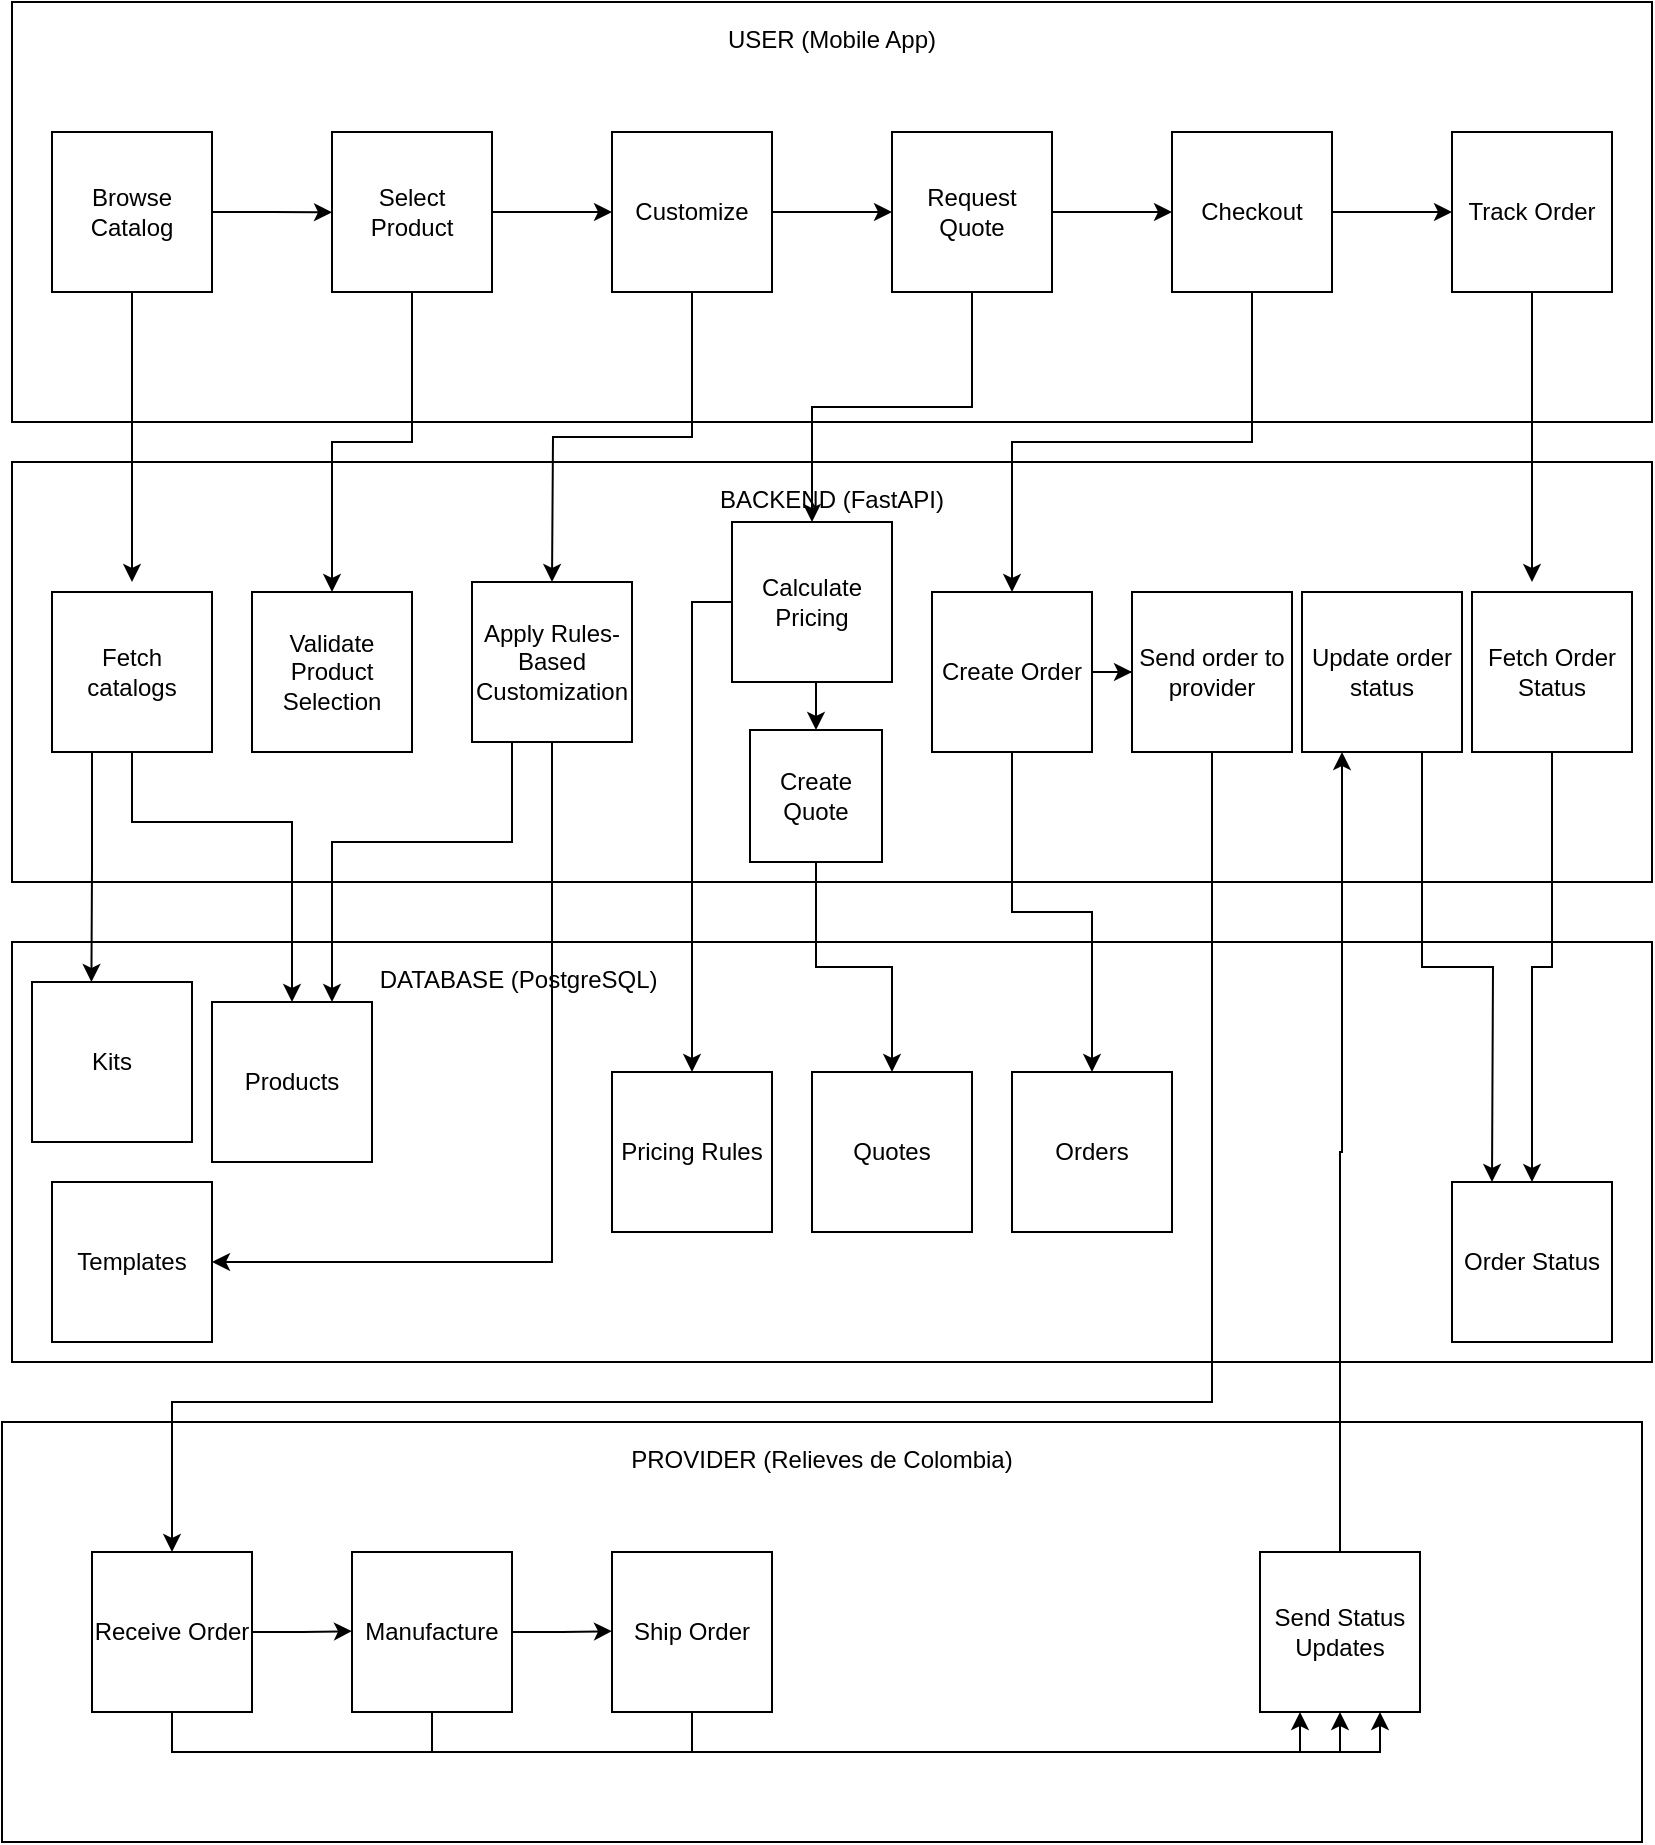
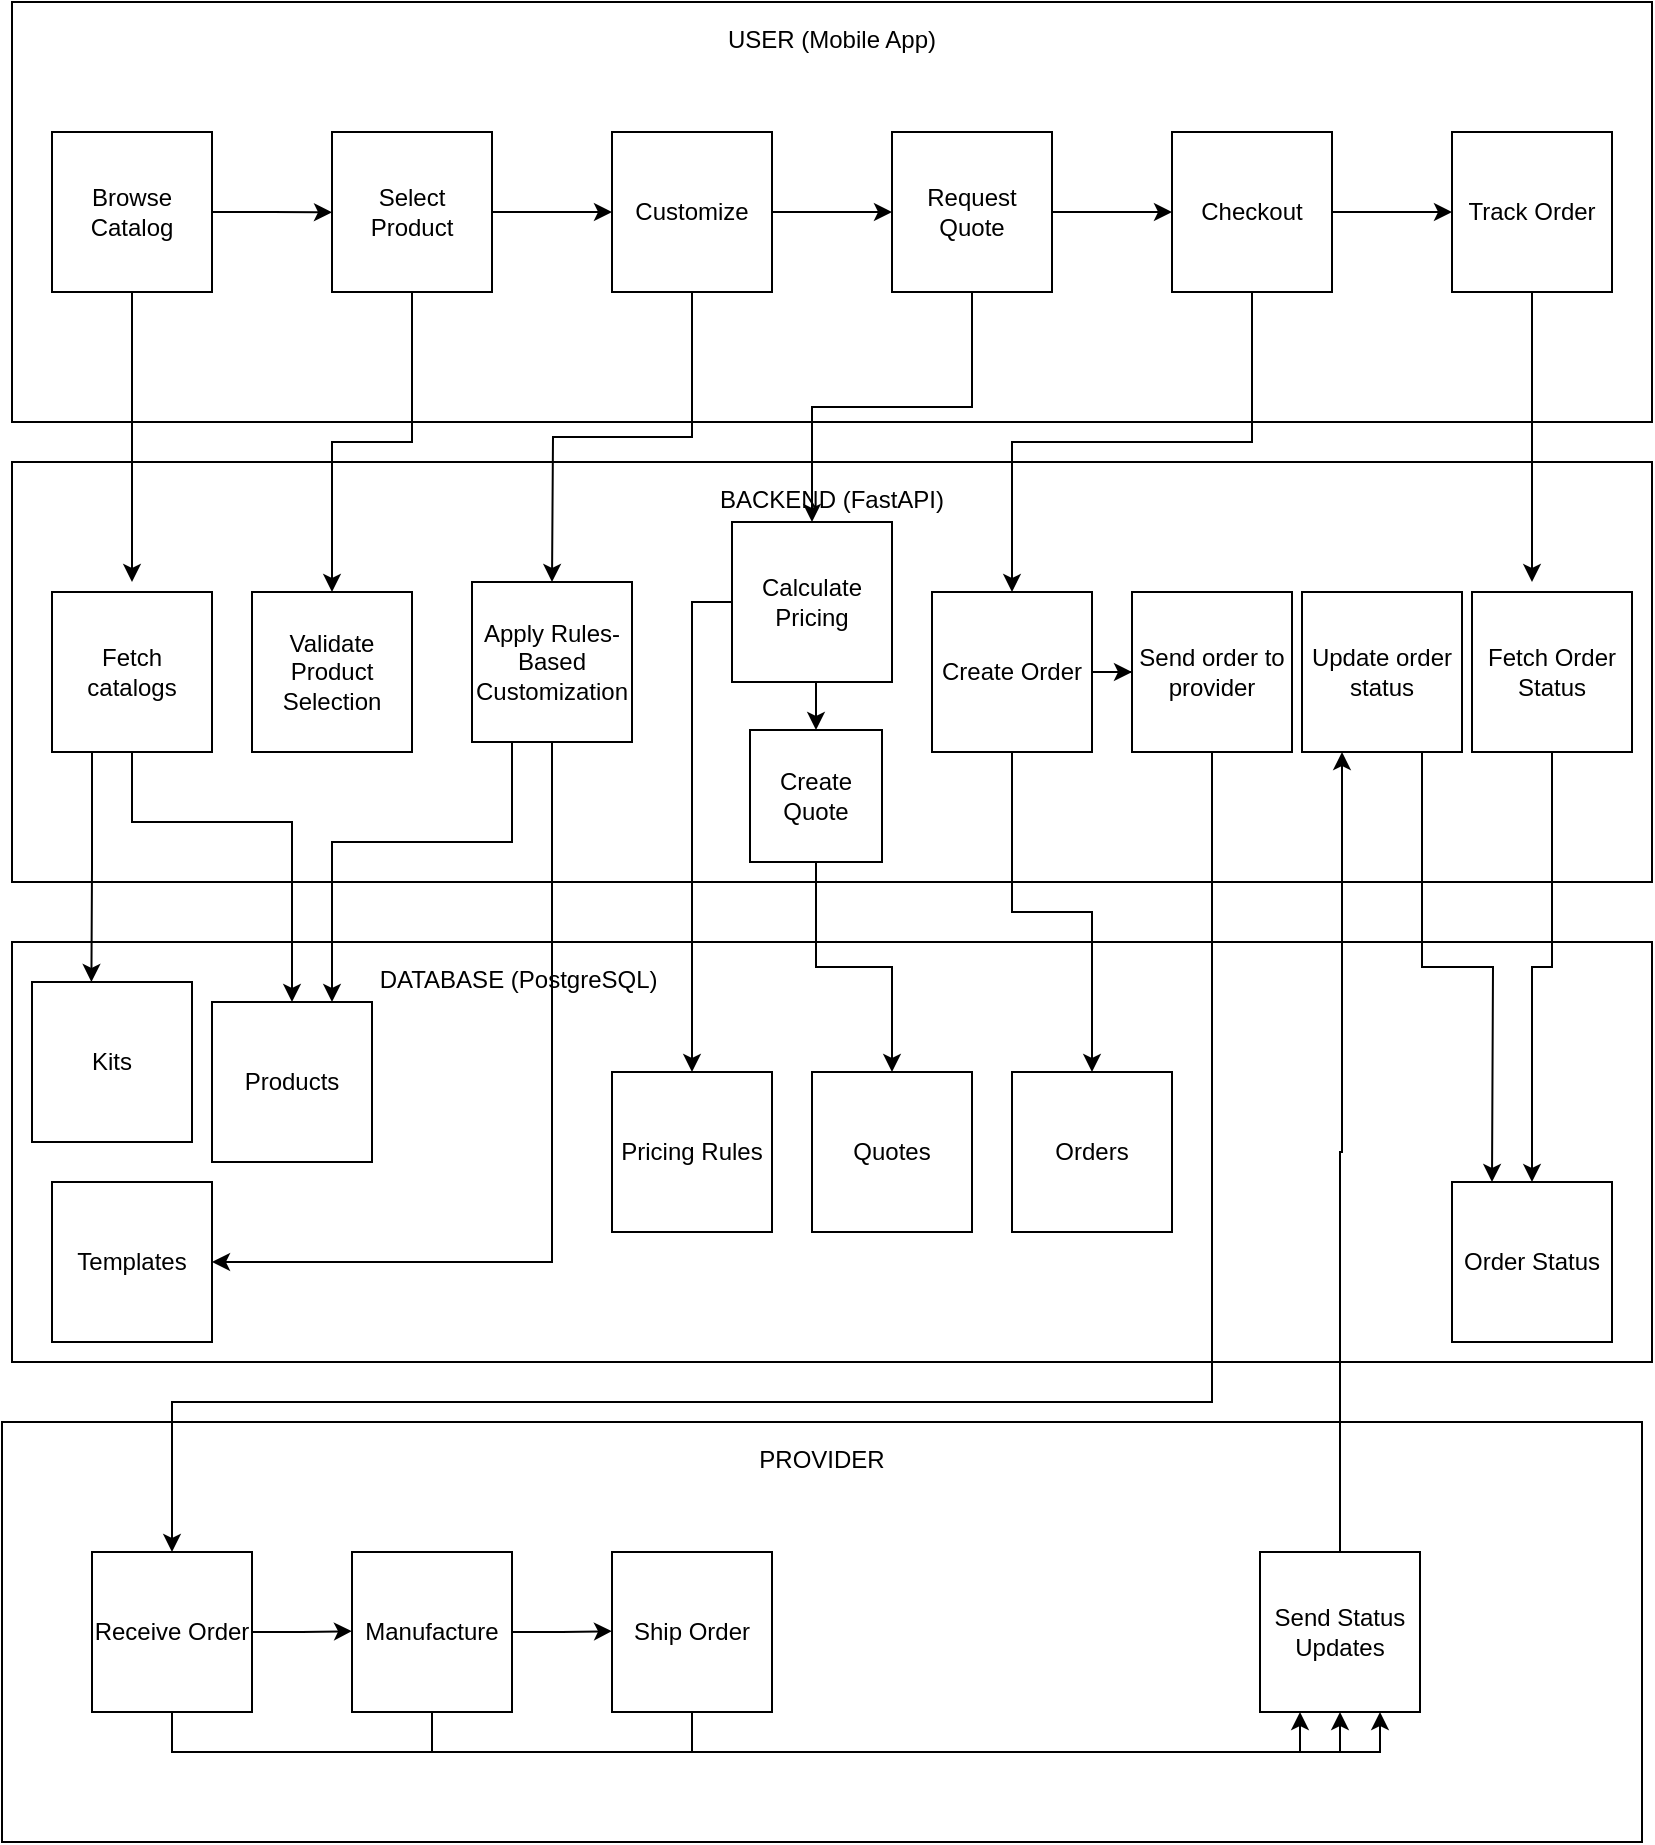
<mxfile host="app.diagrams.net">
  <diagram name="Page-1" id="7BIMLX-lekcXONDIehAz">
    <mxGraphModel grid="1" page="1" gridSize="10" guides="1" tooltips="1" connect="1" arrows="1" fold="1" pageScale="1" pageWidth="850" pageHeight="1100" math="0" shadow="0">
      <root>
        <mxCell id="0" />
        <mxCell id="1" parent="0" />
        <mxCell id="LTQupWev3YGI9oy_r_nw-1" parent="1" style="rounded=0;whiteSpace=wrap;html=1;movable=0;resizable=0;rotatable=0;deletable=0;editable=0;locked=1;connectable=0;" value="&lt;div&gt;USER (Mobile App)&lt;/div&gt;&lt;div&gt;&lt;br&gt;&lt;/div&gt;&lt;div&gt;&lt;br&gt;&lt;/div&gt;&lt;div&gt;&lt;br&gt;&lt;/div&gt;&lt;div&gt;&lt;br&gt;&lt;/div&gt;&lt;div&gt;&lt;br&gt;&lt;/div&gt;&lt;div&gt;&lt;br&gt;&lt;/div&gt;&lt;div&gt;&lt;br&gt;&lt;/div&gt;&lt;div&gt;&lt;br&gt;&lt;/div&gt;&lt;div&gt;&lt;br&gt;&lt;/div&gt;&lt;div&gt;&lt;br&gt;&lt;/div&gt;&lt;div&gt;&lt;br&gt;&lt;/div&gt;&lt;div&gt;&lt;br&gt;&lt;/div&gt;" vertex="1">
          <mxGeometry height="210" width="820" x="20" y="20" as="geometry" />
        </mxCell>
        <mxCell id="LTQupWev3YGI9oy_r_nw-2" parent="1" style="rounded=0;whiteSpace=wrap;html=1;movable=0;resizable=0;rotatable=0;deletable=0;editable=0;locked=1;connectable=0;" value="&lt;br&gt;&lt;div&gt;BACKEND (FastAPI)&lt;/div&gt;&lt;div&gt;&lt;br&gt;&lt;/div&gt;&lt;div&gt;&lt;br&gt;&lt;/div&gt;&lt;div&gt;&lt;br&gt;&lt;/div&gt;&lt;div&gt;&lt;br&gt;&lt;/div&gt;&lt;div&gt;&lt;br&gt;&lt;/div&gt;&lt;div&gt;&lt;br&gt;&lt;/div&gt;&lt;div&gt;&lt;br&gt;&lt;/div&gt;&lt;div&gt;&lt;br&gt;&lt;/div&gt;&lt;div&gt;&lt;br&gt;&lt;/div&gt;&lt;div&gt;&lt;br&gt;&lt;/div&gt;&lt;div&gt;&lt;br&gt;&lt;/div&gt;&lt;div&gt;&lt;br&gt;&lt;/div&gt;&lt;div&gt;&lt;br&gt;&lt;/div&gt;" vertex="1">
          <mxGeometry height="210" width="820" x="20" y="250" as="geometry" />
        </mxCell>
        <mxCell id="LTQupWev3YGI9oy_r_nw-3" parent="1" style="rounded=0;whiteSpace=wrap;html=1;movable=0;resizable=0;rotatable=0;deletable=0;editable=0;locked=1;connectable=0;" value="&lt;br&gt;&lt;div&gt;DATABASE (PostgreSQL)&amp;nbsp; &amp;nbsp; &amp;nbsp; &amp;nbsp; &amp;nbsp; &amp;nbsp; &amp;nbsp; &amp;nbsp; &amp;nbsp; &amp;nbsp; &amp;nbsp; &amp;nbsp; &amp;nbsp; &amp;nbsp; &amp;nbsp; &amp;nbsp; &amp;nbsp; &amp;nbsp; &amp;nbsp; &amp;nbsp; &amp;nbsp; &amp;nbsp; &amp;nbsp; &amp;nbsp; &amp;nbsp; &amp;nbsp; &amp;nbsp; &amp;nbsp; &amp;nbsp; &amp;nbsp; &amp;nbsp; &amp;nbsp; &amp;nbsp; &amp;nbsp; &amp;nbsp; &amp;nbsp; &amp;nbsp; &amp;nbsp; &amp;nbsp; &amp;nbsp; &amp;nbsp; &amp;nbsp; &amp;nbsp; &amp;nbsp; &amp;nbsp; &amp;nbsp; &amp;nbsp;&amp;nbsp;&lt;/div&gt;&lt;div&gt;&lt;br&gt;&lt;/div&gt;&lt;div&gt;&lt;br&gt;&lt;/div&gt;&lt;div&gt;&lt;br&gt;&lt;/div&gt;&lt;div&gt;&lt;br&gt;&lt;/div&gt;&lt;div&gt;&lt;br&gt;&lt;/div&gt;&lt;div&gt;&lt;br&gt;&lt;/div&gt;&lt;div&gt;&lt;br&gt;&lt;/div&gt;&lt;div&gt;&lt;br&gt;&lt;/div&gt;&lt;div&gt;&lt;br&gt;&lt;/div&gt;&lt;div&gt;&lt;br&gt;&lt;/div&gt;&lt;div&gt;&lt;br&gt;&lt;/div&gt;&lt;div&gt;&lt;br&gt;&lt;/div&gt;&lt;div&gt;&amp;nbsp; &amp;nbsp; &amp;nbsp; &amp;nbsp; &amp;nbsp; &amp;nbsp; &amp;nbsp;&lt;/div&gt;" vertex="1">
          <mxGeometry height="210" width="820" x="20" y="490" as="geometry" />
        </mxCell>
-         <mxCell id="LTQupWev3YGI9oy_r_nw-4" parent="1" style="rounded=0;whiteSpace=wrap;html=1;movable=0;resizable=0;rotatable=0;deletable=0;editable=0;locked=1;connectable=0;" value="&lt;div&gt;PROVIDER (Relieves de Colombia)&lt;/div&gt;&lt;div&gt;&lt;br&gt;&lt;/div&gt;&lt;div&gt;&lt;br&gt;&lt;/div&gt;&lt;div&gt;&lt;br&gt;&lt;/div&gt;&lt;div&gt;&lt;br&gt;&lt;/div&gt;&lt;div&gt;&lt;br&gt;&lt;/div&gt;&lt;div&gt;&lt;br&gt;&lt;/div&gt;&lt;div&gt;&lt;br&gt;&lt;/div&gt;&lt;div&gt;&lt;br&gt;&lt;/div&gt;&lt;div&gt;&lt;br&gt;&lt;/div&gt;&lt;div&gt;&lt;br&gt;&lt;/div&gt;&lt;div&gt;&lt;br&gt;&lt;/div&gt;&lt;div&gt;&lt;br&gt;&lt;/div&gt;" vertex="1">
+         <mxCell id="LTQupWev3YGI9oy_r_nw-4" parent="1" style="rounded=0;whiteSpace=wrap;html=1;movable=0;resizable=0;rotatable=0;deletable=0;editable=0;locked=1;connectable=0;" value="&lt;div&gt;PROVIDER&lt;/div&gt;&lt;div&gt;&lt;br&gt;&lt;/div&gt;&lt;div&gt;&lt;br&gt;&lt;/div&gt;&lt;div&gt;&lt;br&gt;&lt;/div&gt;&lt;div&gt;&lt;br&gt;&lt;/div&gt;&lt;div&gt;&lt;br&gt;&lt;/div&gt;&lt;div&gt;&lt;br&gt;&lt;/div&gt;&lt;div&gt;&lt;br&gt;&lt;/div&gt;&lt;div&gt;&lt;br&gt;&lt;/div&gt;&lt;div&gt;&lt;br&gt;&lt;/div&gt;&lt;div&gt;&lt;br&gt;&lt;/div&gt;&lt;div&gt;&lt;br&gt;&lt;/div&gt;&lt;div&gt;&lt;br&gt;&lt;/div&gt;" vertex="1">
          <mxGeometry height="210" width="820" x="15" y="730" as="geometry" />
        </mxCell>
        <mxCell id="LTQupWev3YGI9oy_r_nw-13" edge="1" parent="1" source="LTQupWev3YGI9oy_r_nw-5" style="edgeStyle=orthogonalEdgeStyle;rounded=0;orthogonalLoop=1;jettySize=auto;html=1;exitX=1;exitY=0.5;exitDx=0;exitDy=0;">
          <mxGeometry relative="1" as="geometry">
            <mxPoint x="180" y="125.17647058823536" as="targetPoint" />
          </mxGeometry>
        </mxCell>
        <mxCell id="LTQupWev3YGI9oy_r_nw-5" parent="1" style="whiteSpace=wrap;html=1;aspect=fixed;" value="Browse Catalog" vertex="1">
          <mxGeometry height="80" width="80" x="40" y="85" as="geometry" />
        </mxCell>
        <mxCell id="LTQupWev3YGI9oy_r_nw-15" edge="1" parent="1" source="LTQupWev3YGI9oy_r_nw-6" style="edgeStyle=orthogonalEdgeStyle;rounded=0;orthogonalLoop=1;jettySize=auto;html=1;">
          <mxGeometry relative="1" as="geometry">
            <mxPoint x="460" y="125" as="targetPoint" />
          </mxGeometry>
        </mxCell>
        <mxCell id="LTQupWev3YGI9oy_r_nw-59" edge="1" parent="1" source="LTQupWev3YGI9oy_r_nw-6" style="edgeStyle=orthogonalEdgeStyle;rounded=0;orthogonalLoop=1;jettySize=auto;html=1;exitX=0.5;exitY=1;exitDx=0;exitDy=0;">
          <mxGeometry relative="1" as="geometry">
            <mxPoint x="290" y="310" as="targetPoint" />
          </mxGeometry>
        </mxCell>
        <mxCell id="LTQupWev3YGI9oy_r_nw-6" parent="1" style="whiteSpace=wrap;html=1;aspect=fixed;" value="Customize" vertex="1">
          <mxGeometry height="80" width="80" x="320" y="85" as="geometry" />
        </mxCell>
        <mxCell id="LTQupWev3YGI9oy_r_nw-14" edge="1" parent="1" source="LTQupWev3YGI9oy_r_nw-8" style="edgeStyle=orthogonalEdgeStyle;rounded=0;orthogonalLoop=1;jettySize=auto;html=1;">
          <mxGeometry relative="1" as="geometry">
            <mxPoint x="320" y="125" as="targetPoint" />
          </mxGeometry>
        </mxCell>
        <mxCell id="LTQupWev3YGI9oy_r_nw-56" edge="1" parent="1" source="LTQupWev3YGI9oy_r_nw-8" style="edgeStyle=orthogonalEdgeStyle;rounded=0;orthogonalLoop=1;jettySize=auto;html=1;exitX=0.5;exitY=1;exitDx=0;exitDy=0;entryX=0.5;entryY=0;entryDx=0;entryDy=0;" target="LTQupWev3YGI9oy_r_nw-20">
          <mxGeometry relative="1" as="geometry" />
        </mxCell>
        <mxCell id="LTQupWev3YGI9oy_r_nw-8" parent="1" style="whiteSpace=wrap;html=1;aspect=fixed;" value="Select Product" vertex="1">
          <mxGeometry height="80" width="80" x="180" y="85" as="geometry" />
        </mxCell>
        <mxCell id="LTQupWev3YGI9oy_r_nw-16" edge="1" parent="1" source="LTQupWev3YGI9oy_r_nw-9" style="edgeStyle=orthogonalEdgeStyle;rounded=0;orthogonalLoop=1;jettySize=auto;html=1;">
          <mxGeometry relative="1" as="geometry">
            <mxPoint x="600" y="125" as="targetPoint" />
          </mxGeometry>
        </mxCell>
        <mxCell id="LTQupWev3YGI9oy_r_nw-28" edge="1" parent="1" source="LTQupWev3YGI9oy_r_nw-9" style="edgeStyle=orthogonalEdgeStyle;rounded=0;orthogonalLoop=1;jettySize=auto;html=1;" target="LTQupWev3YGI9oy_r_nw-21" value="">
          <mxGeometry relative="1" as="geometry" />
        </mxCell>
        <mxCell id="LTQupWev3YGI9oy_r_nw-9" parent="1" style="whiteSpace=wrap;html=1;aspect=fixed;" value="&lt;span&gt;Request Quote&lt;/span&gt;" vertex="1">
          <mxGeometry height="80" width="80" x="460" y="85" as="geometry" />
        </mxCell>
        <mxCell id="LTQupWev3YGI9oy_r_nw-17" edge="1" parent="1" source="LTQupWev3YGI9oy_r_nw-10" style="edgeStyle=orthogonalEdgeStyle;rounded=0;orthogonalLoop=1;jettySize=auto;html=1;entryX=0;entryY=0.5;entryDx=0;entryDy=0;" target="LTQupWev3YGI9oy_r_nw-11">
          <mxGeometry relative="1" as="geometry" />
        </mxCell>
        <mxCell id="LTQupWev3YGI9oy_r_nw-29" edge="1" parent="1" source="LTQupWev3YGI9oy_r_nw-10" style="edgeStyle=orthogonalEdgeStyle;rounded=0;orthogonalLoop=1;jettySize=auto;html=1;entryX=0.5;entryY=0;entryDx=0;entryDy=0;exitX=0.5;exitY=1;exitDx=0;exitDy=0;" target="LTQupWev3YGI9oy_r_nw-23" value="">
          <mxGeometry relative="1" as="geometry">
            <mxPoint x="640" y="310" as="targetPoint" />
          </mxGeometry>
        </mxCell>
        <mxCell id="LTQupWev3YGI9oy_r_nw-10" parent="1" style="whiteSpace=wrap;html=1;aspect=fixed;" value="&lt;span&gt;Checkout&lt;/span&gt;" vertex="1">
          <mxGeometry height="80" width="80" x="600" y="85" as="geometry" />
        </mxCell>
        <mxCell id="LTQupWev3YGI9oy_r_nw-30" edge="1" parent="1" source="LTQupWev3YGI9oy_r_nw-11" style="edgeStyle=orthogonalEdgeStyle;rounded=0;orthogonalLoop=1;jettySize=auto;html=1;" value="">
          <mxGeometry relative="1" as="geometry">
            <mxPoint x="780" y="310" as="targetPoint" />
          </mxGeometry>
        </mxCell>
        <mxCell id="LTQupWev3YGI9oy_r_nw-11" parent="1" style="whiteSpace=wrap;html=1;aspect=fixed;" value="&lt;span&gt;Track Order&lt;/span&gt;" vertex="1">
          <mxGeometry height="80" width="80" x="740" y="85" as="geometry" />
        </mxCell>
        <mxCell id="LTQupWev3YGI9oy_r_nw-41" edge="1" parent="1" source="LTQupWev3YGI9oy_r_nw-18" style="edgeStyle=orthogonalEdgeStyle;rounded=0;orthogonalLoop=1;jettySize=auto;html=1;exitX=0.5;exitY=1;exitDx=0;exitDy=0;entryX=0.5;entryY=0;entryDx=0;entryDy=0;" target="LTQupWev3YGI9oy_r_nw-31">
          <mxGeometry relative="1" as="geometry">
            <Array as="points">
              <mxPoint x="80" y="430" />
              <mxPoint x="160" y="430" />
            </Array>
            <mxPoint x="79.70588235294122" y="510" as="targetPoint" />
          </mxGeometry>
        </mxCell>
        <mxCell id="LTQupWev3YGI9oy_r_nw-76" edge="1" parent="1" source="LTQupWev3YGI9oy_r_nw-18" style="edgeStyle=orthogonalEdgeStyle;rounded=0;orthogonalLoop=1;jettySize=auto;html=1;exitX=0.25;exitY=1;exitDx=0;exitDy=0;">
          <mxGeometry relative="1" as="geometry">
            <mxPoint x="59.70588235294122" y="510" as="targetPoint" />
          </mxGeometry>
        </mxCell>
        <mxCell id="LTQupWev3YGI9oy_r_nw-18" parent="1" style="whiteSpace=wrap;html=1;aspect=fixed;" value="Fetch catalogs" vertex="1">
          <mxGeometry height="80" width="80" x="40" y="315" as="geometry" />
        </mxCell>
        <mxCell id="LTQupWev3YGI9oy_r_nw-58" edge="1" parent="1" source="LTQupWev3YGI9oy_r_nw-19" style="edgeStyle=orthogonalEdgeStyle;rounded=0;orthogonalLoop=1;jettySize=auto;html=1;exitX=0.5;exitY=1;exitDx=0;exitDy=0;entryX=1;entryY=0.5;entryDx=0;entryDy=0;" target="LTQupWev3YGI9oy_r_nw-34">
          <mxGeometry relative="1" as="geometry" />
        </mxCell>
        <mxCell id="LTQupWev3YGI9oy_r_nw-77" edge="1" parent="1" source="LTQupWev3YGI9oy_r_nw-19" style="edgeStyle=orthogonalEdgeStyle;rounded=0;orthogonalLoop=1;jettySize=auto;html=1;exitX=0.25;exitY=1;exitDx=0;exitDy=0;entryX=0.75;entryY=0;entryDx=0;entryDy=0;" target="LTQupWev3YGI9oy_r_nw-31">
          <mxGeometry relative="1" as="geometry">
            <Array as="points">
              <mxPoint x="270" y="440" />
              <mxPoint x="180" y="440" />
            </Array>
          </mxGeometry>
        </mxCell>
        <mxCell id="LTQupWev3YGI9oy_r_nw-19" parent="1" style="whiteSpace=wrap;html=1;aspect=fixed;" value="Apply Rules-Based Customization" vertex="1">
          <mxGeometry height="80" width="80" x="250" y="310" as="geometry" />
        </mxCell>
        <mxCell id="LTQupWev3YGI9oy_r_nw-20" parent="1" style="whiteSpace=wrap;html=1;aspect=fixed;" value="Validate Product Selection" vertex="1">
          <mxGeometry height="80" width="80" x="140" y="315" as="geometry" />
        </mxCell>
        <mxCell id="LTQupWev3YGI9oy_r_nw-44" edge="1" parent="1" source="LTQupWev3YGI9oy_r_nw-21" style="edgeStyle=orthogonalEdgeStyle;rounded=0;orthogonalLoop=1;jettySize=auto;html=1;entryX=0.5;entryY=0;entryDx=0;entryDy=0;exitX=0;exitY=0.5;exitDx=0;exitDy=0;" target="LTQupWev3YGI9oy_r_nw-35" value="">
          <mxGeometry relative="1" as="geometry" />
        </mxCell>
        <mxCell id="LTQupWev3YGI9oy_r_nw-75" edge="1" parent="1" source="LTQupWev3YGI9oy_r_nw-21" style="edgeStyle=orthogonalEdgeStyle;rounded=0;orthogonalLoop=1;jettySize=auto;html=1;exitX=0.5;exitY=1;exitDx=0;exitDy=0;entryX=0.5;entryY=0;entryDx=0;entryDy=0;" target="LTQupWev3YGI9oy_r_nw-22">
          <mxGeometry relative="1" as="geometry" />
        </mxCell>
        <mxCell id="LTQupWev3YGI9oy_r_nw-21" parent="1" style="whiteSpace=wrap;html=1;aspect=fixed;" value="Calculate Pricing" vertex="1">
          <mxGeometry height="80" width="80" x="380" y="280" as="geometry" />
        </mxCell>
        <mxCell id="LTQupWev3YGI9oy_r_nw-50" edge="1" parent="1" source="LTQupWev3YGI9oy_r_nw-22" style="edgeStyle=orthogonalEdgeStyle;rounded=0;orthogonalLoop=1;jettySize=auto;html=1;exitX=0.5;exitY=1;exitDx=0;exitDy=0;entryX=0.5;entryY=0;entryDx=0;entryDy=0;" target="LTQupWev3YGI9oy_r_nw-36">
          <mxGeometry relative="1" as="geometry" />
        </mxCell>
        <mxCell id="LTQupWev3YGI9oy_r_nw-22" parent="1" style="whiteSpace=wrap;html=1;aspect=fixed;" value="Create Quote" vertex="1">
          <mxGeometry height="66" width="66" x="389" y="384" as="geometry" />
        </mxCell>
        <mxCell id="LTQupWev3YGI9oy_r_nw-51" edge="1" parent="1" source="LTQupWev3YGI9oy_r_nw-23" style="edgeStyle=orthogonalEdgeStyle;rounded=0;orthogonalLoop=1;jettySize=auto;html=1;exitX=0.5;exitY=1;exitDx=0;exitDy=0;entryX=0.5;entryY=0;entryDx=0;entryDy=0;" target="LTQupWev3YGI9oy_r_nw-37">
          <mxGeometry relative="1" as="geometry" />
        </mxCell>
        <mxCell id="LTQupWev3YGI9oy_r_nw-55" edge="1" parent="1" source="LTQupWev3YGI9oy_r_nw-23" style="edgeStyle=orthogonalEdgeStyle;rounded=0;orthogonalLoop=1;jettySize=auto;html=1;exitX=1;exitY=0.5;exitDx=0;exitDy=0;" target="LTQupWev3YGI9oy_r_nw-52">
          <mxGeometry relative="1" as="geometry" />
        </mxCell>
        <mxCell id="LTQupWev3YGI9oy_r_nw-23" parent="1" style="whiteSpace=wrap;html=1;aspect=fixed;" value="Create Order" vertex="1">
          <mxGeometry height="80" width="80" x="480" y="315" as="geometry" />
        </mxCell>
        <mxCell id="LTQupWev3YGI9oy_r_nw-47" edge="1" parent="1" source="LTQupWev3YGI9oy_r_nw-24" style="edgeStyle=orthogonalEdgeStyle;rounded=0;orthogonalLoop=1;jettySize=auto;html=1;exitX=0.5;exitY=1;exitDx=0;exitDy=0;entryX=0.5;entryY=0;entryDx=0;entryDy=0;" target="LTQupWev3YGI9oy_r_nw-38">
          <mxGeometry relative="1" as="geometry" />
        </mxCell>
        <mxCell id="LTQupWev3YGI9oy_r_nw-24" parent="1" style="whiteSpace=wrap;html=1;aspect=fixed;" value="Fetch Order Status" vertex="1">
          <mxGeometry height="80" width="80" x="750" y="315" as="geometry" />
        </mxCell>
        <mxCell id="LTQupWev3YGI9oy_r_nw-25" edge="1" parent="1" source="LTQupWev3YGI9oy_r_nw-5" style="endArrow=classic;html=1;rounded=0;exitX=0.5;exitY=1;exitDx=0;exitDy=0;" value="">
          <mxGeometry height="50" relative="1" width="50" as="geometry">
            <mxPoint x="350" y="490" as="sourcePoint" />
            <mxPoint x="80" y="310" as="targetPoint" />
          </mxGeometry>
        </mxCell>
        <mxCell id="LTQupWev3YGI9oy_r_nw-31" parent="1" style="whiteSpace=wrap;html=1;aspect=fixed;" value="&lt;span&gt;Products&lt;/span&gt;" vertex="1">
          <mxGeometry height="80" width="80" x="120" y="520" as="geometry" />
        </mxCell>
        <mxCell id="LTQupWev3YGI9oy_r_nw-33" parent="1" style="whiteSpace=wrap;html=1;aspect=fixed;" value="&lt;span&gt;Kits&lt;/span&gt;" vertex="1">
          <mxGeometry height="80" width="80" x="30" y="510" as="geometry" />
        </mxCell>
        <mxCell id="LTQupWev3YGI9oy_r_nw-34" parent="1" style="whiteSpace=wrap;html=1;aspect=fixed;" value="&lt;span&gt;Templates&lt;/span&gt;" vertex="1">
          <mxGeometry height="80" width="80" x="40" y="610" as="geometry" />
        </mxCell>
        <mxCell id="LTQupWev3YGI9oy_r_nw-35" parent="1" style="whiteSpace=wrap;html=1;aspect=fixed;" value="Pricing Rules" vertex="1">
          <mxGeometry height="80" width="80" x="320" y="555" as="geometry" />
        </mxCell>
        <mxCell id="LTQupWev3YGI9oy_r_nw-36" parent="1" style="whiteSpace=wrap;html=1;aspect=fixed;" value="Quotes" vertex="1">
          <mxGeometry height="80" width="80" x="420" y="555" as="geometry" />
        </mxCell>
        <mxCell id="LTQupWev3YGI9oy_r_nw-37" parent="1" style="whiteSpace=wrap;html=1;aspect=fixed;" value="Orders" vertex="1">
          <mxGeometry height="80" width="80" x="520" y="555" as="geometry" />
        </mxCell>
        <mxCell id="LTQupWev3YGI9oy_r_nw-38" parent="1" style="whiteSpace=wrap;html=1;aspect=fixed;" value="Order Status" vertex="1">
          <mxGeometry height="80" width="80" x="740" y="610" as="geometry" />
        </mxCell>
        <mxCell id="LTQupWev3YGI9oy_r_nw-54" edge="1" parent="1" source="LTQupWev3YGI9oy_r_nw-52" style="edgeStyle=orthogonalEdgeStyle;rounded=0;orthogonalLoop=1;jettySize=auto;html=1;exitX=0.5;exitY=1;exitDx=0;exitDy=0;entryX=0.5;entryY=0;entryDx=0;entryDy=0;" target="LTQupWev3YGI9oy_r_nw-53">
          <mxGeometry relative="1" as="geometry">
            <Array as="points">
              <mxPoint x="620" y="720" />
              <mxPoint x="100" y="720" />
            </Array>
          </mxGeometry>
        </mxCell>
        <mxCell id="LTQupWev3YGI9oy_r_nw-52" parent="1" style="whiteSpace=wrap;html=1;aspect=fixed;" value="Send order to provider" vertex="1">
          <mxGeometry height="80" width="80" x="580" y="315" as="geometry" />
        </mxCell>
        <mxCell id="LTQupWev3YGI9oy_r_nw-70" edge="1" parent="1" source="LTQupWev3YGI9oy_r_nw-53" style="edgeStyle=orthogonalEdgeStyle;rounded=0;orthogonalLoop=1;jettySize=auto;html=1;exitX=1;exitY=0.5;exitDx=0;exitDy=0;">
          <mxGeometry relative="1" as="geometry">
            <mxPoint x="190" y="834.5882352941178" as="targetPoint" />
          </mxGeometry>
        </mxCell>
        <mxCell id="LTQupWev3YGI9oy_r_nw-72" edge="1" parent="1" source="LTQupWev3YGI9oy_r_nw-53" style="edgeStyle=orthogonalEdgeStyle;rounded=0;orthogonalLoop=1;jettySize=auto;html=1;exitX=0.5;exitY=1;exitDx=0;exitDy=0;entryX=0.5;entryY=1;entryDx=0;entryDy=0;" target="LTQupWev3YGI9oy_r_nw-63">
          <mxGeometry relative="1" as="geometry" />
        </mxCell>
        <mxCell id="LTQupWev3YGI9oy_r_nw-53" parent="1" style="whiteSpace=wrap;html=1;aspect=fixed;" value="Receive Order" vertex="1">
          <mxGeometry height="80" width="80" x="60" y="795" as="geometry" />
        </mxCell>
        <mxCell id="LTQupWev3YGI9oy_r_nw-62" edge="1" parent="1" source="LTQupWev3YGI9oy_r_nw-61" style="edgeStyle=orthogonalEdgeStyle;rounded=0;orthogonalLoop=1;jettySize=auto;html=1;exitX=0.75;exitY=1;exitDx=0;exitDy=0;">
          <mxGeometry relative="1" as="geometry">
            <mxPoint x="760" y="610" as="targetPoint" />
          </mxGeometry>
        </mxCell>
        <mxCell id="LTQupWev3YGI9oy_r_nw-61" parent="1" style="whiteSpace=wrap;html=1;aspect=fixed;" value="Update order status" vertex="1">
          <mxGeometry height="80" width="80" x="665" y="315" as="geometry" />
        </mxCell>
        <mxCell id="LTQupWev3YGI9oy_r_nw-64" edge="1" parent="1" source="LTQupWev3YGI9oy_r_nw-63" style="edgeStyle=orthogonalEdgeStyle;rounded=0;orthogonalLoop=1;jettySize=auto;html=1;exitX=0.5;exitY=0;exitDx=0;exitDy=0;entryX=0.25;entryY=1;entryDx=0;entryDy=0;" target="LTQupWev3YGI9oy_r_nw-61">
          <mxGeometry relative="1" as="geometry" />
        </mxCell>
        <mxCell id="LTQupWev3YGI9oy_r_nw-63" parent="1" style="whiteSpace=wrap;html=1;aspect=fixed;" value="Send Status Updates" vertex="1">
          <mxGeometry height="80" width="80" x="644" y="795" as="geometry" />
        </mxCell>
        <mxCell id="LTQupWev3YGI9oy_r_nw-71" edge="1" parent="1" source="LTQupWev3YGI9oy_r_nw-65" style="edgeStyle=orthogonalEdgeStyle;rounded=0;orthogonalLoop=1;jettySize=auto;html=1;exitX=1;exitY=0.5;exitDx=0;exitDy=0;">
          <mxGeometry relative="1" as="geometry">
            <mxPoint x="320" y="834.5882352941178" as="targetPoint" />
          </mxGeometry>
        </mxCell>
        <mxCell id="LTQupWev3YGI9oy_r_nw-73" edge="1" parent="1" source="LTQupWev3YGI9oy_r_nw-65" style="edgeStyle=orthogonalEdgeStyle;rounded=0;orthogonalLoop=1;jettySize=auto;html=1;exitX=0.5;exitY=1;exitDx=0;exitDy=0;entryX=0.25;entryY=1;entryDx=0;entryDy=0;" target="LTQupWev3YGI9oy_r_nw-63">
          <mxGeometry relative="1" as="geometry" />
        </mxCell>
        <mxCell id="LTQupWev3YGI9oy_r_nw-65" parent="1" style="whiteSpace=wrap;html=1;aspect=fixed;" value="&lt;span&gt;Manufacture&lt;/span&gt;" vertex="1">
          <mxGeometry height="80" width="80" x="190" y="795" as="geometry" />
        </mxCell>
        <mxCell id="LTQupWev3YGI9oy_r_nw-74" edge="1" parent="1" source="LTQupWev3YGI9oy_r_nw-66" style="edgeStyle=orthogonalEdgeStyle;rounded=0;orthogonalLoop=1;jettySize=auto;html=1;exitX=0.5;exitY=1;exitDx=0;exitDy=0;entryX=0.75;entryY=1;entryDx=0;entryDy=0;" target="LTQupWev3YGI9oy_r_nw-63">
          <mxGeometry relative="1" as="geometry" />
        </mxCell>
        <mxCell id="LTQupWev3YGI9oy_r_nw-66" parent="1" style="whiteSpace=wrap;html=1;aspect=fixed;" value="&lt;span&gt;Ship Order&lt;/span&gt;" vertex="1">
          <mxGeometry height="80" width="80" x="320" y="795" as="geometry" />
        </mxCell>
      </root>
    </mxGraphModel>
  </diagram>
</mxfile>
